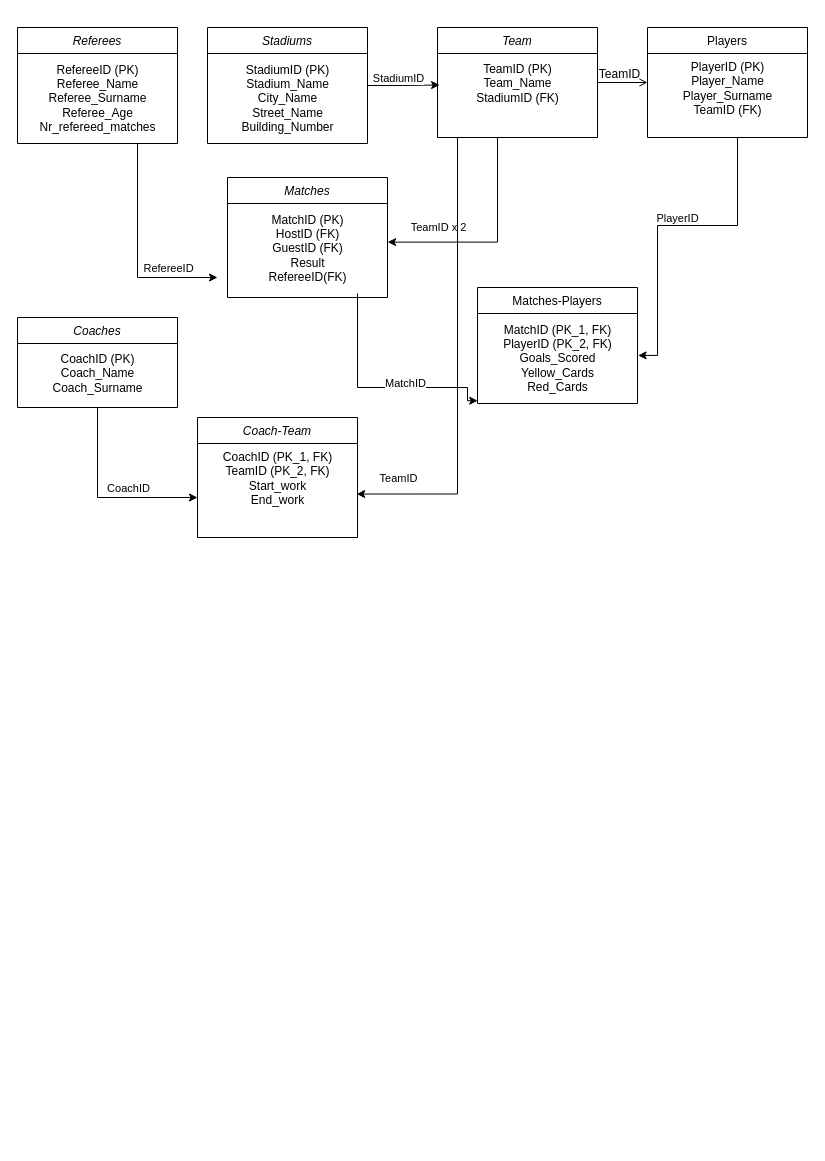
Before: Diagram.drawio.xml in michalgs/PROJEKT, a draw.io diagram. Source tidied: cells renumbered, new cells numbered last; positions are measured from the earlier drawing's top-left corner, leaving out a move shared by most shapes. Both pictures are drawn from the tidied source at 100%, with x=0, y=0 at pixel (17, 27).
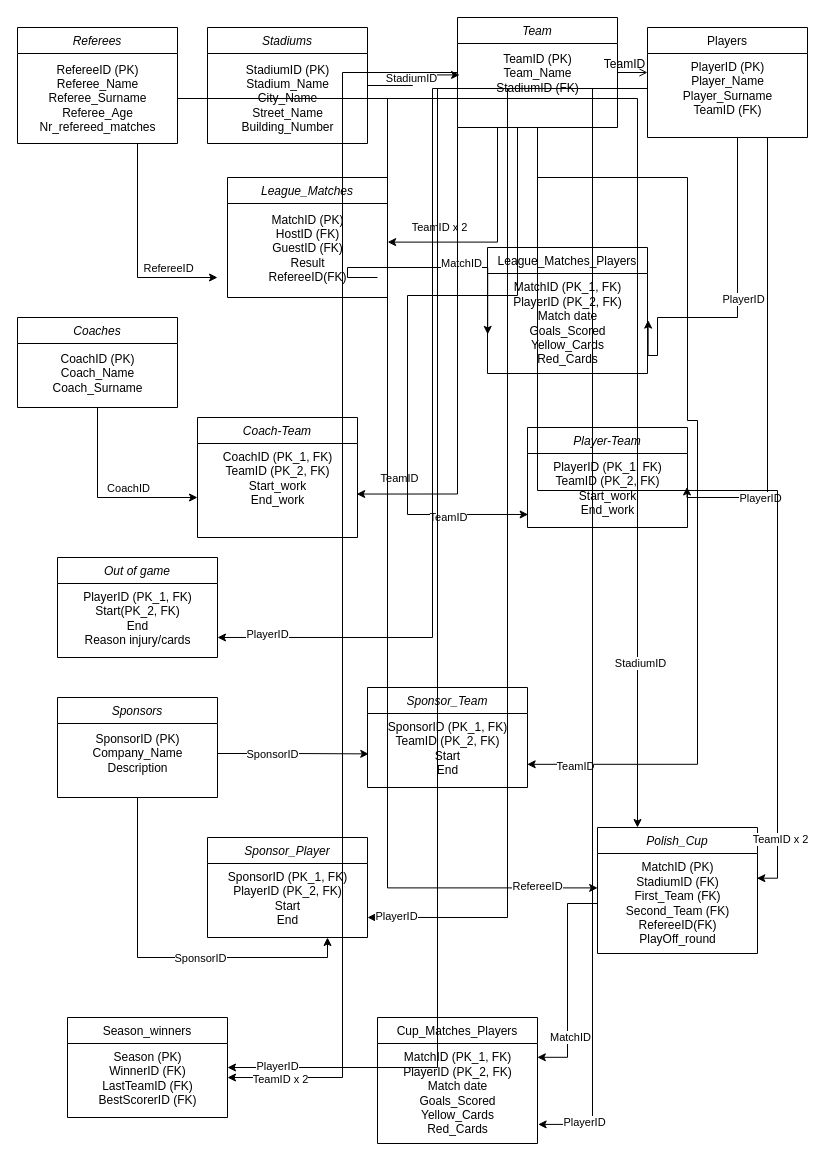
Above is the later version.

Unchanged cells that the change refers to:
```xml
<mxCell id="4" value="Players" style="swimlane;fontStyle=0;align=center;verticalAlign=top;horizontal=1;startSize=26;rounded=0;shadow=0;strokeWidth=1;" parent="1" vertex="1">
  <mxGeometry x="630" width="160" height="110" as="geometry" />
</mxCell>
<mxCell id="5" value="PlayerID (PK)&lt;br&gt;Player_Name&lt;br&gt;Player_Surname&lt;br&gt;TeamID (FK)" style="text;html=1;align=center;verticalAlign=middle;points=[];strokeColor=none;fillColor=none;" parent="4" vertex="1">
  <mxGeometry y="26" width="160" height="70" as="geometry" />
</mxCell>
<mxCell id="11" value="StadiumID (PK)&lt;br&gt;Stadium_Name&lt;br&gt;City_Name&lt;br&gt;Street_Name&lt;br&gt;Building_Number" style="text;html=1;align=center;verticalAlign=middle;points=[];strokeColor=none;fillColor=none;" parent="10" vertex="1">
  <mxGeometry y="26" width="160" height="90" as="geometry" />
</mxCell>
<mxCell id="15" value="MatchID (PK)&lt;br&gt;HostID (FK)&lt;br&gt;GuestID (FK)&lt;br&gt;Result&lt;br&gt;RefereeID(FK)" style="text;html=1;align=center;verticalAlign=middle;points=[];strokeColor=none;fillColor=none;" parent="14" vertex="1">
  <mxGeometry y="26" width="160" height="90" as="geometry" />
</mxCell>
<mxCell id="19" value="RefereeID (PK)&lt;br&gt;Referee_Name&lt;br&gt;Referee_Surname&lt;br&gt;Referee_Age&lt;br&gt;Nr_refereed_matches" style="text;html=1;align=center;verticalAlign=middle;points=[];strokeColor=none;fillColor=none;" parent="18" vertex="1">
  <mxGeometry y="26" width="160" height="90" as="geometry" />
</mxCell>
```

What changed in the source:
```diff
@@
     <mxCell id="2" value="Team" style="swimlane;fontStyle=2;align=center;verticalAlign=top;horizontal=1;startSize=26;rounded=0;shadow=0;strokeWidth=1;" parent="1" vertex="1">
-      <mxGeometry x="420" width="160" height="110" as="geometry" />
+      <mxGeometry x="440" y="-10" width="160" height="110" as="geometry" />
     </mxCell>
@@
-    <mxCell id="14" value="Matches" style="swimlane;fontStyle=2;align=center;verticalAlign=top;horizontal=1;startSize=26;rounded=0;shadow=0;strokeWidth=1;" parent="1" vertex="1">
+    <mxCell id="14" value="League_Matches" style="swimlane;fontStyle=2;align=center;verticalAlign=top;horizontal=1;startSize=26;rounded=0;shadow=0;strokeWidth=1;" parent="1" vertex="1">
       <mxGeometry x="210" y="150" width="160" height="120" as="geometry" />
     </mxCell>
@@
-    <mxCell id="22" value="Matches-Players" style="swimlane;fontStyle=0;align=center;verticalAlign=top;horizontal=1;startSize=26;rounded=0;shadow=0;strokeWidth=1;" parent="1" vertex="1">
-      <mxGeometry x="460" y="260" width="160" height="116" as="geometry" />
+    <mxCell id="22" value="League_Matches_Players" style="swimlane;fontStyle=0;align=center;verticalAlign=top;horizontal=1;startSize=26;rounded=0;shadow=0;strokeWidth=1;" parent="1" vertex="1">
+      <mxGeometry x="470" y="220" width="160" height="126" as="geometry" />
     </mxCell>
-    <mxCell id="23" value="MatchID (PK_1, FK)&lt;br&gt;PlayerID (PK_2, FK)&lt;br&gt;Goals_Scored&lt;br&gt;Yellow_Cards&lt;br&gt;Red_Cards" style="text;html=1;align=center;verticalAlign=middle;points=[];strokeColor=none;fillColor=none;" parent="22" vertex="1">
-      <mxGeometry y="26" width="160" height="90" as="geometry" />
+    <mxCell id="23" value="MatchID (PK_1, FK)&lt;br&gt;PlayerID (PK_2, FK)&lt;br&gt;Match date&lt;br&gt;Goals_Scored&lt;br&gt;Yellow_Cards&lt;br&gt;Red_Cards" style="text;html=1;align=center;verticalAlign=middle;points=[];strokeColor=none;fillColor=none;" parent="22" vertex="1">
+      <mxGeometry y="26" width="160" height="100" as="geometry" />
     </mxCell>
+    <mxCell id="26" style="edgeStyle=orthogonalEdgeStyle;rounded=0;orthogonalLoop=1;jettySize=auto;html=1;entryX=0.001;entryY=0.969;entryDx=0;entryDy=0;entryPerimeter=0;" parent="22" edge="1">
+      <mxGeometry relative="1" as="geometry">
+        <mxPoint x="-110" y="30" as="sourcePoint" />
+        <mxPoint x="0.2" y="86.9" as="targetPoint" />
+        <Array as="points">
+          <mxPoint x="-140" y="30" />
+          <mxPoint x="-140" y="20" />
+          <mxPoint y="20" />
+        </Array>
+      </mxGeometry>
+    </mxCell>
+    <mxCell id="27" value="MatchID" style="edgeLabel;html=1;align=center;verticalAlign=middle;" parent="26" vertex="1">
+      <mxGeometry x="0.24" y="2" relative="1" as="geometry">
+        <mxPoint y="-3" as="offset" />
+      </mxGeometry>
+    </mxCell>
     <mxCell id="24" style="edgeStyle=orthogonalEdgeStyle;rounded=0;jettySize=auto;html=1;entryX=1.004;entryY=0.466;entryDx=0;entryDy=0;entryPerimeter=0;" parent="1" edge="1" source="4" target="23">
       <mxGeometry relative="1" as="geometry">
         <Array as="points">
-          <mxPoint x="720" y="198" />
-          <mxPoint x="640" y="198" />
+          <mxPoint x="720" y="290" />
+          <mxPoint x="640" y="290" />
           <mxPoint x="640" y="328" />
+          <mxPoint x="631" y="328" />
         </Array>
       </mxGeometry>
     </mxCell>
@@
-    <mxCell id="26" style="edgeStyle=orthogonalEdgeStyle;rounded=0;jettySize=auto;html=1;entryX=0.001;entryY=0.969;entryDx=0;entryDy=0;entryPerimeter=0;" parent="1" edge="1" source="15" target="23">
-      <mxGeometry relative="1" as="geometry">
-        <Array as="points">
-          <mxPoint x="340" y="360" />
-          <mxPoint x="450" y="360" />
-          <mxPoint x="450" y="373" />
-        </Array>
-      </mxGeometry>
-    </mxCell>
-    <mxCell id="27" value="MatchID" style="edgeLabel;html=1;align=center;verticalAlign=middle;" parent="26" vertex="1">
-      <mxGeometry x="0.24" y="2" relative="1" as="geometry">
-        <mxPoint y="-3" as="offset" />
-      </mxGeometry>
-    </mxCell>
@@
+    <mxCell id="36" value="Player-Team" style="swimlane;fontStyle=2;align=center;verticalAlign=top;horizontal=1;startSize=26;rounded=0;shadow=0;strokeWidth=1;" parent="1" vertex="1">
+      <mxGeometry x="510" y="400" width="160" height="100" as="geometry" />
+    </mxCell>
+    <mxCell id="37" value="PlayerID (PK_1, FK)&lt;br&gt;TeamID (PK_2, FK)&lt;br&gt;Start_work&lt;br&gt;End_work" style="text;html=1;align=center;verticalAlign=middle;points=[];strokeColor=none;fillColor=none;" parent="36" vertex="1">
+      <mxGeometry y="26" width="160" height="70" as="geometry" />
+    </mxCell>
+    <mxCell id="38" style="edgeStyle=orthogonalEdgeStyle;rounded=0;jettySize=auto;html=1;entryX=0.997;entryY=0.478;entryDx=0;entryDy=0;entryPerimeter=0;" parent="1" edge="1" target="37">
+      <mxGeometry relative="1" as="geometry">
+        <mxPoint x="750" y="110" as="sourcePoint" />
+        <Array as="points">
+          <mxPoint x="750" y="470" />
+        </Array>
+      </mxGeometry>
+    </mxCell>
+    <mxCell id="39" value="PlayerID" style="edgeLabel;html=1;align=center;verticalAlign=middle;" parent="38" vertex="1">
+      <mxGeometry x="0.63" relative="1" as="geometry" />
+    </mxCell>
+    <mxCell id="40" style="edgeStyle=orthogonalEdgeStyle;rounded=0;jettySize=auto;html=1;entryX=0.004;entryY=0.871;entryDx=0;entryDy=0;entryPerimeter=0;" parent="1" edge="1" source="2" target="37">
+      <mxGeometry relative="1" as="geometry">
+        <Array as="points">
+          <mxPoint x="500" y="268" />
+          <mxPoint x="390" y="268" />
+          <mxPoint x="390" y="487" />
+        </Array>
+      </mxGeometry>
+    </mxCell>
+    <mxCell id="41" value="TeamID" style="edgeLabel;html=1;align=center;verticalAlign=middle;" parent="40" vertex="1">
+      <mxGeometry x="0.74" y="-3" relative="1" as="geometry" />
+    </mxCell>
+    <mxCell id="42" value="Out of game" style="swimlane;fontStyle=2;align=center;verticalAlign=top;horizontal=1;startSize=26;rounded=0;shadow=0;strokeWidth=1;" parent="1" vertex="1">
+      <mxGeometry x="40" y="530" width="160" height="100" as="geometry" />
+    </mxCell>
+    <mxCell id="43" value="PlayerID (PK_1, FK)&lt;br&gt;Start(PK_2, FK)&lt;br&gt;End&lt;br&gt;Reason injury/cards" style="text;html=1;align=center;verticalAlign=middle;points=[];strokeColor=none;fillColor=none;" parent="42" vertex="1">
+      <mxGeometry y="26" width="160" height="70" as="geometry" />
+    </mxCell>
+    <mxCell id="44" style="edgeStyle=orthogonalEdgeStyle;rounded=0;jettySize=auto;html=1;entryX=1;entryY=0.771;entryDx=0;entryDy=0;entryPerimeter=0;" parent="1" edge="1" source="5" target="43">
+      <mxGeometry relative="1" as="geometry" />
+    </mxCell>
+    <mxCell id="45" value="PlayerID" style="edgeLabel;html=1;align=center;verticalAlign=middle;" parent="44" vertex="1">
+      <mxGeometry x="0.9" y="-3" relative="1" as="geometry" />
+    </mxCell>
+    <mxCell id="46" style="edgeStyle=orthogonalEdgeStyle;rounded=0;jettySize=auto;html=1;entryX=0.75;entryY=1;entryDx=0;entryDy=0;" parent="1" edge="1" source="48" target="52">
+      <mxGeometry relative="1" as="geometry" />
+    </mxCell>
+    <mxCell id="47" value="SponsorID" style="edgeLabel;html=1;align=center;verticalAlign=middle;" parent="46" vertex="1">
+      <mxGeometry x="0.2" relative="1" as="geometry" />
+    </mxCell>
+    <mxCell id="48" value="Sponsors" style="swimlane;fontStyle=2;align=center;verticalAlign=top;horizontal=1;startSize=26;rounded=0;shadow=0;strokeWidth=1;" parent="1" vertex="1">
+      <mxGeometry x="40" y="670" width="160" height="100" as="geometry" />
+    </mxCell>
+    <mxCell id="49" value="SponsorID (PK)&lt;br&gt;Company_Name&lt;br&gt;Description" style="text;html=1;align=center;verticalAlign=middle;points=[];strokeColor=none;fillColor=none;" parent="48" vertex="1">
+      <mxGeometry y="26" width="160" height="60" as="geometry" />
+    </mxCell>
+    <mxCell id="50" value="Sponsor_Team" style="swimlane;fontStyle=2;align=center;verticalAlign=top;horizontal=1;startSize=26;rounded=0;shadow=0;strokeWidth=1;" parent="1" vertex="1">
+      <mxGeometry x="350" y="660" width="160" height="100" as="geometry" />
+    </mxCell>
+    <mxCell id="51" value="SponsorID (PK_1, FK)&lt;br&gt;TeamID (PK_2, FK)&lt;br&gt;Start&lt;br&gt;End" style="text;html=1;align=center;verticalAlign=middle;points=[];strokeColor=none;fillColor=none;" parent="50" vertex="1">
+      <mxGeometry y="26" width="160" height="70" as="geometry" />
+    </mxCell>
+    <mxCell id="52" value="Sponsor_Player" style="swimlane;fontStyle=2;align=center;verticalAlign=top;horizontal=1;startSize=26;rounded=0;shadow=0;strokeWidth=1;" parent="1" vertex="1">
+      <mxGeometry x="190" y="810" width="160" height="100" as="geometry" />
+    </mxCell>
+    <mxCell id="53" value="SponsorID (PK_1, FK)&lt;br&gt;PlayerID (PK_2, FK)&lt;br&gt;Start&lt;br&gt;End" style="text;html=1;align=center;verticalAlign=middle;points=[];strokeColor=none;fillColor=none;" parent="52" vertex="1">
+      <mxGeometry y="26" width="160" height="70" as="geometry" />
+    </mxCell>
+    <mxCell id="54" style="edgeStyle=orthogonalEdgeStyle;rounded=0;jettySize=auto;html=1;entryX=0.008;entryY=0.577;entryDx=0;entryDy=0;entryPerimeter=0;" parent="1" edge="1" source="49" target="51">
+      <mxGeometry relative="1" as="geometry" />
+    </mxCell>
+    <mxCell id="55" value="SponsorID" style="edgeLabel;html=1;align=center;verticalAlign=middle;" parent="54" vertex="1">
+      <mxGeometry x="-0.29" relative="1" as="geometry" />
+    </mxCell>
+    <mxCell id="56" style="edgeStyle=orthogonalEdgeStyle;rounded=0;jettySize=auto;html=1;entryX=0.998;entryY=0.726;entryDx=0;entryDy=0;entryPerimeter=0;" parent="1" edge="1" source="2" target="51">
+      <mxGeometry relative="1" as="geometry">
+        <Array as="points">
+          <mxPoint x="520" y="150" />
+          <mxPoint x="670" y="150" />
+          <mxPoint x="670" y="393" />
+          <mxPoint x="680" y="393" />
+          <mxPoint x="680" y="737" />
+        </Array>
+      </mxGeometry>
+    </mxCell>
+    <mxCell id="57" value="TeamID" style="edgeLabel;html=1;align=center;verticalAlign=middle;" parent="56" vertex="1">
+      <mxGeometry x="0.9" y="2" relative="1" as="geometry" />
+    </mxCell>
+    <mxCell id="58" style="edgeStyle=orthogonalEdgeStyle;rounded=0;jettySize=auto;html=1;entryX=1;entryY=0.771;entryDx=0;entryDy=0;entryPerimeter=0;" parent="1" edge="1" source="5" target="53">
+      <mxGeometry relative="1" as="geometry" />
+    </mxCell>
+    <mxCell id="59" value="PlayerID" style="edgeLabel;html=1;align=center;verticalAlign=middle;" parent="58" vertex="1">
+      <mxGeometry x="0.95" y="-1" relative="1" as="geometry" />
+    </mxCell>
+    <mxCell id="60" value="Polish_Cup" style="swimlane;fontStyle=2;align=center;verticalAlign=top;horizontal=1;startSize=26;rounded=0;shadow=0;strokeWidth=1;" parent="1" vertex="1">
+      <mxGeometry x="580" y="800" width="160" height="126" as="geometry" />
+    </mxCell>
+    <mxCell id="61" value="MatchID (PK)&lt;br&gt;StadiumID (FK)&lt;br&gt;First_Team (FK)&lt;br&gt;Second_Team (FK)&lt;br&gt;RefereeID(FK)&lt;br&gt;PlayOff_round" style="text;html=1;align=center;verticalAlign=middle;points=[];strokeColor=none;fillColor=none;" parent="60" vertex="1">
+      <mxGeometry y="26" width="160" height="100" as="geometry" />
+    </mxCell>
+    <mxCell id="62" style="edgeStyle=orthogonalEdgeStyle;rounded=0;jettySize=auto;html=1;entryX=0.001;entryY=0.344;entryDx=0;entryDy=0;entryPerimeter=0;" parent="1" edge="1" source="19" target="61">
+      <mxGeometry relative="1" as="geometry" />
+    </mxCell>
+    <mxCell id="63" value="RefereeID" style="edgeLabel;html=1;align=center;verticalAlign=middle;" parent="62" vertex="1">
+      <mxGeometry x="0.9" y="2" relative="1" as="geometry" />
+    </mxCell>
+    <mxCell id="64" style="edgeStyle=orthogonalEdgeStyle;rounded=0;jettySize=auto;html=1;" parent="1" edge="1" source="11" target="60">
+      <mxGeometry relative="1" as="geometry">
+        <Array as="points">
+          <mxPoint x="620" y="71" />
+        </Array>
+      </mxGeometry>
+    </mxCell>
+    <mxCell id="65" value="StadiumID" style="edgeLabel;html=1;align=center;verticalAlign=middle;" parent="64" vertex="1">
+      <mxGeometry x="0.67" y="2" relative="1" as="geometry" />
+    </mxCell>
+    <mxCell id="66" style="edgeStyle=orthogonalEdgeStyle;rounded=0;jettySize=auto;html=1;entryX=0.996;entryY=0.247;entryDx=0;entryDy=0;entryPerimeter=0;" parent="1" edge="1" source="2" target="61">
+      <mxGeometry relative="1" as="geometry" />
+    </mxCell>
+    <mxCell id="67" value="TeamID x 2" style="edgeLabel;html=1;align=center;verticalAlign=middle;" parent="66" vertex="1">
+      <mxGeometry x="0.88" y="2" relative="1" as="geometry" />
+    </mxCell>
+    <mxCell id="68" value="Cup_Matches_Players" style="swimlane;fontStyle=0;align=center;verticalAlign=top;horizontal=1;startSize=26;rounded=0;shadow=0;strokeWidth=1;" parent="1" vertex="1">
+      <mxGeometry x="360" y="990" width="160" height="126" as="geometry" />
+    </mxCell>
+    <mxCell id="69" value="MatchID (PK_1, FK)&lt;br&gt;PlayerID (PK_2, FK)&lt;br&gt;Match date&lt;br&gt;Goals_Scored&lt;br&gt;Yellow_Cards&lt;br&gt;Red_Cards" style="text;html=1;align=center;verticalAlign=middle;points=[];strokeColor=none;fillColor=none;" parent="68" vertex="1">
+      <mxGeometry y="26" width="160" height="100" as="geometry" />
+    </mxCell>
+    <mxCell id="70" style="edgeStyle=orthogonalEdgeStyle;rounded=0;jettySize=auto;html=1;entryX=0.999;entryY=0.138;entryDx=0;entryDy=0;entryPerimeter=0;" parent="1" edge="1" source="61" target="69">
+      <mxGeometry relative="1" as="geometry" />
+    </mxCell>
+    <mxCell id="71" value="MatchID" style="edgeLabel;html=1;align=center;verticalAlign=middle;" parent="70" vertex="1">
+      <mxGeometry x="0.52" y="2" relative="1" as="geometry" />
+    </mxCell>
+    <mxCell id="72" style="edgeStyle=orthogonalEdgeStyle;rounded=0;jettySize=auto;html=1;entryX=1.004;entryY=0.809;entryDx=0;entryDy=0;entryPerimeter=0;" parent="1" edge="1" source="5" target="69">
+      <mxGeometry relative="1" as="geometry" />
+    </mxCell>
+    <mxCell id="73" value="PlayerID" style="edgeLabel;html=1;align=center;verticalAlign=middle;" parent="72" vertex="1">
+      <mxGeometry x="0.92" y="-2" relative="1" as="geometry" />
+    </mxCell>
+    <mxCell id="74" value="Season_winners" style="swimlane;fontStyle=0;align=center;verticalAlign=top;horizontal=1;startSize=26;rounded=0;shadow=0;strokeWidth=1;" parent="1" vertex="1">
+      <mxGeometry x="50" y="990" width="160" height="100" as="geometry" />
+    </mxCell>
+    <mxCell id="75" value="Season (PK)&lt;br&gt;WinnerID (FK)&lt;br&gt;LastTeamID (FK)&lt;br&gt;BestScorerID (FK)" style="text;html=1;align=center;verticalAlign=middle;points=[];strokeColor=none;fillColor=none;" parent="74" vertex="1">
+      <mxGeometry y="26" width="160" height="70" as="geometry" />
+    </mxCell>
+    <mxCell id="76" style="edgeStyle=orthogonalEdgeStyle;rounded=0;jettySize=auto;html=1;entryX=1;entryY=0.486;entryDx=0;entryDy=0;entryPerimeter=0;" parent="1" edge="1" source="2" target="75">
+      <mxGeometry relative="1" as="geometry" />
+    </mxCell>
+    <mxCell id="77" value="TeamID x 2" style="edgeLabel;html=1;align=center;verticalAlign=middle;" parent="76" vertex="1">
+      <mxGeometry x="0.95" y="-1" relative="1" as="geometry">
+        <mxPoint x="22" y="2" as="offset" />
+      </mxGeometry>
+    </mxCell>
+    <mxCell id="78" style="edgeStyle=orthogonalEdgeStyle;rounded=0;jettySize=auto;html=1;entryX=1;entryY=0.343;entryDx=0;entryDy=0;entryPerimeter=0;" parent="1" edge="1" source="5" target="75">
+      <mxGeometry relative="1" as="geometry" />
+    </mxCell>
+    <mxCell id="79" value="PlayerID" style="edgeLabel;html=1;align=center;verticalAlign=middle;" parent="78" vertex="1">
+      <mxGeometry x="0.93" y="-2" relative="1" as="geometry">
+        <mxPoint x="1" as="offset" />
+      </mxGeometry>
+    </mxCell>
```
